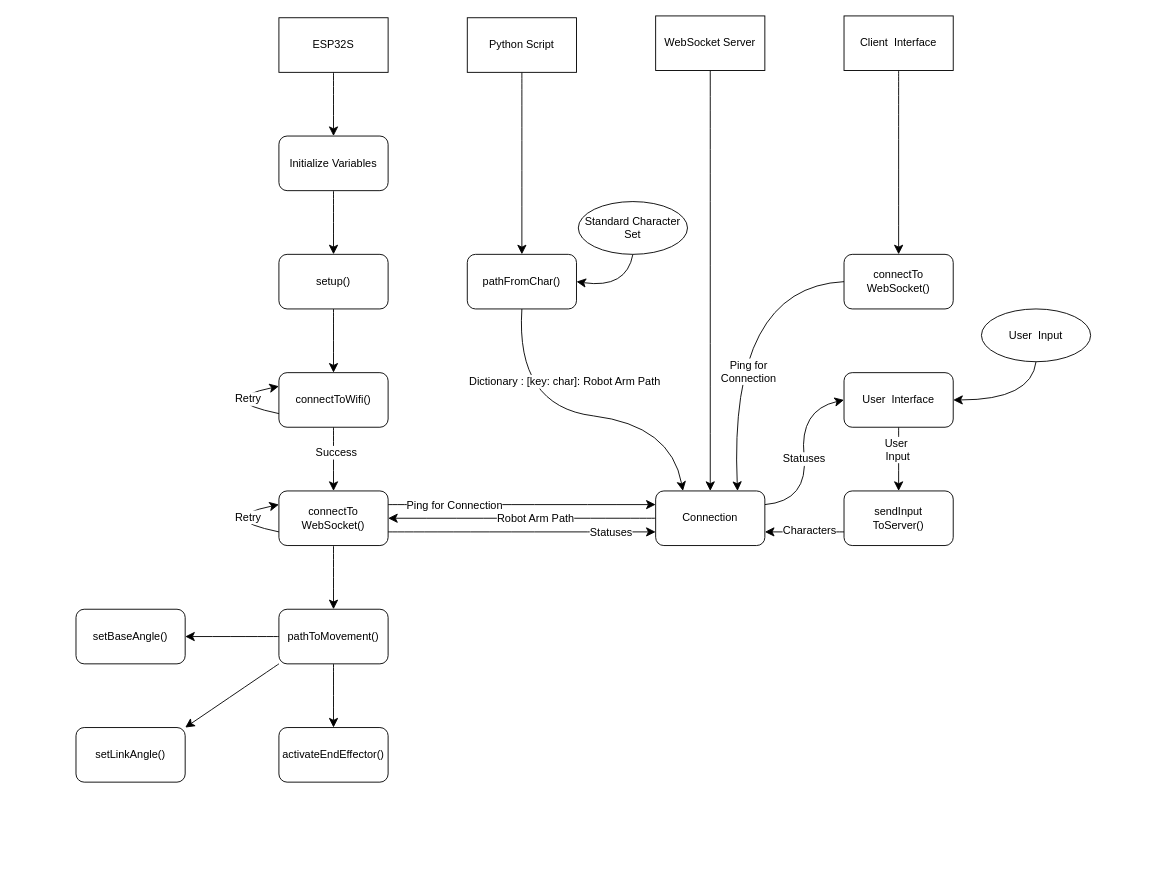
Before: robot-arm.drawio in phbui/robot-arm, a draw.io diagram. Source tidied: cells renumbered, new cells numbered last; positions are measured from the earlier drawing's top-left corner, leaving out a move shared by most shapes. Both pictures are drawn from the tidied source at 91%, with x=0, y=0 at pixel (76, 15).
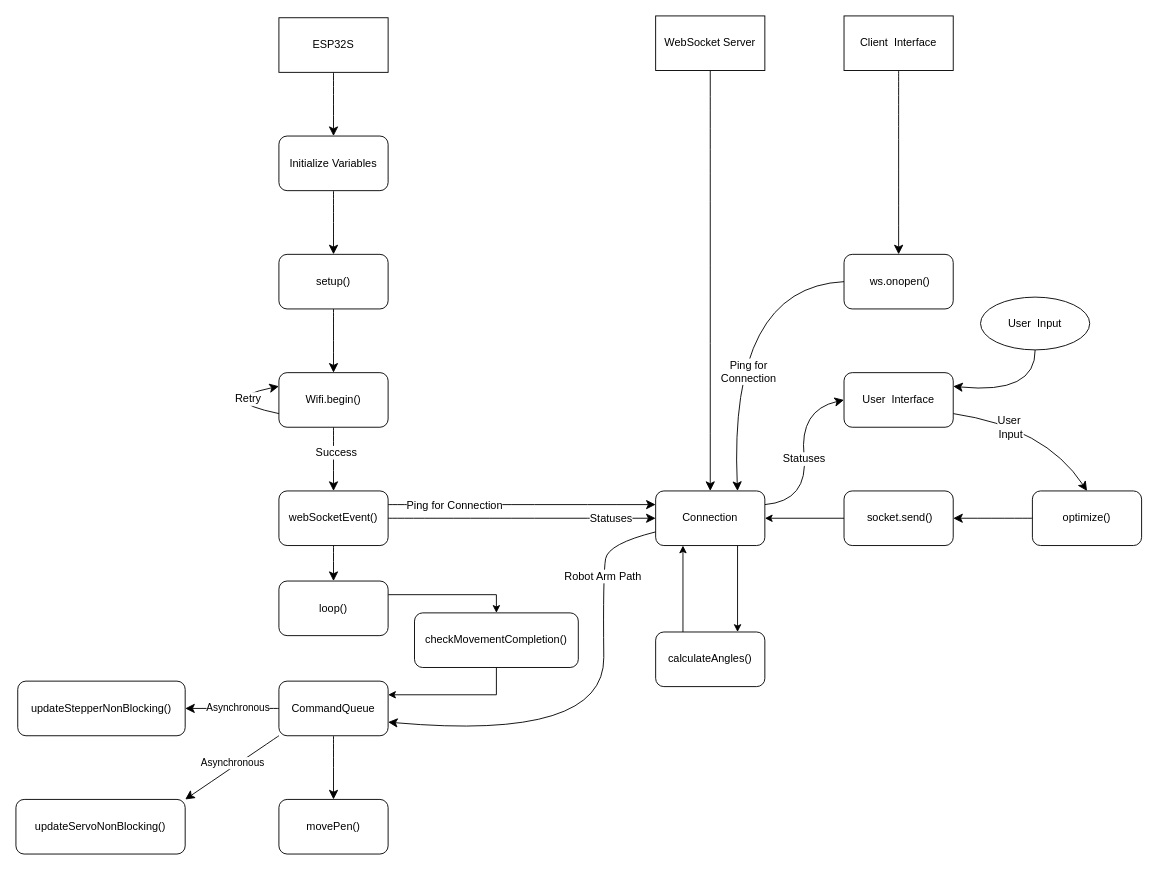
After the change.

Unchanged cells that the change refers to:
```xml
<mxCell id="27" value="Connection" style="rounded=1;whiteSpace=wrap;html=1;" parent="1" vertex="1">
  <mxGeometry x="637" y="522" width="120" height="60" as="geometry" />
</mxCell>
<mxCell id="40" style="edgeStyle=none;curved=1;rounded=0;jettySize=auto;html=1;exitX=0;exitY=0.5;exitDx=0;exitDy=0;entryX=1;entryY=0.5;entryDx=0;entryDy=0;fontSize=12;startSize=8;endSize=8;" parent="1" edge="1" source="43" target="45">
  <mxGeometry relative="1" as="geometry" />
</mxCell>
<mxCell id="54" value="User&amp;nbsp; Interface" style="rounded=1;whiteSpace=wrap;html=1;" parent="1" vertex="1">
  <mxGeometry x="844" y="392" width="120" height="60" as="geometry" />
</mxCell>
```

The edit, as a diff of the source:
```diff
@@
-    <mxCell id="12" value="connectToWifi()" style="rounded=1;whiteSpace=wrap;html=1;" parent="1" vertex="1">
+    <mxCell id="12" value="Wifi.begin()" style="rounded=1;whiteSpace=wrap;html=1;" parent="1" vertex="1">
       <mxGeometry x="223" y="392" width="120" height="60" as="geometry" />
     </mxCell>
@@
-    <mxCell id="15" style="edgeStyle=none;curved=1;rounded=0;jettySize=auto;html=1;exitX=0.5;exitY=1;exitDx=0;exitDy=0;entryX=0.5;entryY=0;entryDx=0;entryDy=0;fontSize=12;startSize=8;endSize=8;" parent="1" edge="1" source="18" target="43">
+    <mxCell id="15" style="edgeStyle=none;curved=1;rounded=0;jettySize=auto;html=1;exitX=0.5;exitY=1;exitDx=0;exitDy=0;entryX=0.5;entryY=0;entryDx=0;entryDy=0;fontSize=12;startSize=8;endSize=8;" parent="1" edge="1" source="18" target="64">
       <mxGeometry relative="1" as="geometry" />
     </mxCell>
-    <mxCell id="16" style="edgeStyle=none;curved=1;rounded=0;jettySize=auto;html=1;exitX=1;exitY=0.75;exitDx=0;exitDy=0;entryX=0;entryY=0.75;entryDx=0;entryDy=0;fontSize=12;startSize=8;endSize=8;" parent="1" edge="1" source="18" target="27">
+    <mxCell id="16" style="edgeStyle=none;curved=1;rounded=0;jettySize=auto;html=1;exitX=1;exitY=0.5;exitDx=0;exitDy=0;entryX=0;entryY=0.5;entryDx=0;entryDy=0;fontSize=12;startSize=8;endSize=8;" parent="1" edge="1" source="18" target="27">
       <mxGeometry relative="1" as="geometry" />
     </mxCell>
@@
-    <mxCell id="18" value="&lt;div&gt;connectTo&lt;/div&gt;&lt;div&gt;WebSocket()&lt;/div&gt;" style="rounded=1;whiteSpace=wrap;html=1;" parent="1" vertex="1">
+    <mxCell id="18" value="webSocketEvent()" style="rounded=1;whiteSpace=wrap;html=1;" parent="1" vertex="1">
       <mxGeometry x="223" y="522" width="120" height="60" as="geometry" />
     </mxCell>
@@
-    <mxCell id="21" style="edgeStyle=none;curved=1;rounded=0;orthogonalLoop=1;jettySize=auto;html=1;exitX=0;exitY=0.75;exitDx=0;exitDy=0;entryX=0;entryY=0.25;entryDx=0;entryDy=0;fontSize=12;startSize=8;endSize=8;" parent="1" edge="1">
-      <mxGeometry relative="1" as="geometry">
-        <mxPoint x="223" y="567" as="sourcePoint" />
-        <mxPoint x="223" y="537" as="targetPoint" />
-        <Array as="points">
-          <mxPoint x="151" y="552" />
-        </Array>
-      </mxGeometry>
-    </mxCell>
-    <mxCell id="22" value="Retry" style="edgeLabel;html=1;align=center;verticalAlign=middle;fontSize=12;" parent="21" vertex="1">
-      <mxGeometry x="0.52" y="-6" relative="1" as="geometry">
-        <mxPoint x="-1" as="offset" />
-      </mxGeometry>
-    </mxCell>
-    <mxCell id="23" style="edgeStyle=none;curved=1;rounded=0;jettySize=auto;html=1;exitX=0;exitY=0.5;exitDx=0;exitDy=0;entryX=1;entryY=0.5;entryDx=0;entryDy=0;fontSize=12;startSize=8;endSize=8;" parent="1" edge="1" source="27" target="18">
-      <mxGeometry relative="1" as="geometry" />
+    <mxCell id="23" style="edgeStyle=none;curved=1;rounded=0;jettySize=auto;html=1;fontSize=12;startSize=8;endSize=8;exitX=0;exitY=0.75;exitDx=0;exitDy=0;entryX=1;entryY=0.75;entryDx=0;entryDy=0;" parent="1" edge="1" source="27" target="43">
+      <mxGeometry relative="1" as="geometry">
+        <Array as="points">
+          <mxPoint x="585" y="580" />
+          <mxPoint x="579" y="613" />
+          <mxPoint x="581" y="797" />
+        </Array>
+      </mxGeometry>
     </mxCell>
     <mxCell id="24" value="Robot Arm Path" style="edgeLabel;html=1;align=center;verticalAlign=middle;fontSize=12;" parent="23" vertex="1">
       <mxGeometry x="0.01" y="1" relative="1" as="geometry">
-        <mxPoint x="15" y="-1" as="offset" />
+        <mxPoint x="-3" y="-168" as="offset" />
       </mxGeometry>
     </mxCell>
@@
+    <mxCell id="55" style="edgeStyle=orthogonalEdgeStyle;rounded=0;jettySize=auto;html=1;exitX=0.75;exitY=1;exitDx=0;exitDy=0;entryX=0.75;entryY=0;entryDx=0;entryDy=0;" parent="1" edge="1" source="27" target="58">
+      <mxGeometry relative="1" as="geometry" />
+    </mxCell>
@@
-    <mxCell id="28" style="edgeStyle=none;curved=1;rounded=0;jettySize=auto;html=1;exitX=0.5;exitY=1;exitDx=0;exitDy=0;entryX=0.5;entryY=0;entryDx=0;entryDy=0;fontSize=12;startSize=8;endSize=8;" parent="1" edge="1" source="29" target="32">
-      <mxGeometry relative="1" as="geometry" />
-    </mxCell>
-    <mxCell id="29" value="Python Script" style="rounded=0;whiteSpace=wrap;html=1;" parent="1" vertex="1">
-      <mxGeometry x="430" y="2" width="120" height="60" as="geometry" />
-    </mxCell>
-    <mxCell id="30" style="edgeStyle=none;curved=1;rounded=0;jettySize=auto;html=1;exitX=0.5;exitY=1;exitDx=0;exitDy=0;entryX=0.25;entryY=0;entryDx=0;entryDy=0;fontSize=12;startSize=8;endSize=8;" parent="1" edge="1" source="32" target="27">
-      <mxGeometry relative="1" as="geometry">
-        <Array as="points">
-          <mxPoint x="483" y="429" />
-          <mxPoint x="654" y="450" />
-        </Array>
-      </mxGeometry>
-    </mxCell>
-    <mxCell id="31" value="Dictionary : [key: char]: Robot Arm Path" style="edgeLabel;html=1;align=center;verticalAlign=middle;fontSize=12;" parent="30" vertex="1">
-      <mxGeometry x="0.03" y="37" relative="1" as="geometry">
-        <mxPoint x="-25" as="offset" />
-      </mxGeometry>
-    </mxCell>
-    <mxCell id="32" value="pathFromChar()" style="rounded=1;whiteSpace=wrap;html=1;" parent="1" vertex="1">
-      <mxGeometry x="430" y="262" width="120" height="60" as="geometry" />
-    </mxCell>
-    <mxCell id="33" style="edgeStyle=none;curved=1;rounded=0;jettySize=auto;html=1;exitX=0.5;exitY=1;exitDx=0;exitDy=0;entryX=1;entryY=0.5;entryDx=0;entryDy=0;fontSize=12;startSize=8;endSize=8;" parent="1" edge="1" source="34" target="32">
-      <mxGeometry relative="1" as="geometry">
-        <Array as="points">
-          <mxPoint x="605" y="300" />
-        </Array>
-      </mxGeometry>
-    </mxCell>
-    <mxCell id="34" value="Standard Character Set" style="ellipse;whiteSpace=wrap;html=1;" parent="1" vertex="1">
-      <mxGeometry x="552" y="204" width="120" height="58" as="geometry" />
-    </mxCell>
@@
-    <mxCell id="39" value="&lt;div&gt;connectTo&lt;/div&gt;&lt;div&gt;WebSocket()&lt;/div&gt;" style="rounded=1;whiteSpace=wrap;html=1;" parent="1" vertex="1">
+    <mxCell id="39" value="&amp;nbsp;ws.onopen()" style="rounded=1;whiteSpace=wrap;html=1;" parent="1" vertex="1">
       <mxGeometry x="844" y="262" width="120" height="60" as="geometry" />
     </mxCell>
@@
+    <mxCell id="56" value="Asynchronous" style="edgeLabel;html=1;align=center;verticalAlign=middle;" parent="40" vertex="1">
+      <mxGeometry x="0.05" y="-2" relative="1" as="geometry">
+        <mxPoint x="8" as="offset" />
+      </mxGeometry>
+    </mxCell>
@@
-    <mxCell id="43" value="pathToMovement()" style="rounded=1;whiteSpace=wrap;html=1;" parent="1" vertex="1">
-      <mxGeometry x="223" y="652" width="120" height="60" as="geometry" />
+    <mxCell id="43" value="CommandQueue" style="rounded=1;whiteSpace=wrap;html=1;" parent="1" vertex="1">
+      <mxGeometry x="223" y="731" width="120" height="60" as="geometry" />
     </mxCell>
-    <mxCell id="44" value="setLinkAngle()" style="rounded=1;whiteSpace=wrap;html=1;" parent="1" vertex="1">
-      <mxGeometry y="782" width="120" height="60" as="geometry" />
+    <mxCell id="44" value="updateServoNonBlocking()" style="rounded=1;whiteSpace=wrap;html=1;" parent="1" vertex="1">
+      <mxGeometry x="-66" y="861" width="186" height="60" as="geometry" />
     </mxCell>
-    <mxCell id="45" value="setBaseAngle()" style="rounded=1;whiteSpace=wrap;html=1;" parent="1" vertex="1">
-      <mxGeometry y="652" width="120" height="60" as="geometry" />
+    <mxCell id="45" value="updateStepperNonBlocking()" style="rounded=1;whiteSpace=wrap;html=1;" parent="1" vertex="1">
+      <mxGeometry x="-64" y="731" width="184" height="60" as="geometry" />
     </mxCell>
-    <mxCell id="46" value="activateEndEffector()" style="rounded=1;whiteSpace=wrap;html=1;" parent="1" vertex="1">
-      <mxGeometry x="223" y="782" width="120" height="60" as="geometry" />
+    <mxCell id="46" value="movePen()" style="rounded=1;whiteSpace=wrap;html=1;" parent="1" vertex="1">
+      <mxGeometry x="223" y="861" width="120" height="60" as="geometry" />
     </mxCell>
-    <mxCell id="47" style="edgeStyle=none;curved=1;rounded=0;jettySize=auto;html=1;exitX=0;exitY=0.75;exitDx=0;exitDy=0;entryX=1;entryY=0.75;entryDx=0;entryDy=0;fontSize=12;startSize=8;endSize=8;" parent="1" edge="1" source="49" target="27">
-      <mxGeometry relative="1" as="geometry" />
+    <mxCell id="47" style="edgeStyle=none;curved=1;rounded=0;jettySize=auto;html=1;exitX=0;exitY=0.75;exitDx=0;exitDy=0;fontSize=12;startSize=8;endSize=8;" parent="1" edge="1" source="61">
+      <mxGeometry relative="1" as="geometry">
+        <mxPoint x="883" y="567" as="targetPoint" />
+      </mxGeometry>
     </mxCell>
-    <mxCell id="48" value="&lt;div&gt;Characters&lt;br&gt;&lt;/div&gt;" style="edgeLabel;html=1;align=center;verticalAlign=middle;fontSize=12;" parent="47" vertex="1">
-      <mxGeometry y="3" relative="1" as="geometry">
-        <mxPoint x="5" y="-5" as="offset" />
-      </mxGeometry>
-    </mxCell>
-    <mxCell id="49" value="&lt;div&gt;sendInput&lt;/div&gt;&lt;div&gt;ToServer()&lt;/div&gt;" style="rounded=1;whiteSpace=wrap;html=1;" parent="1" vertex="1">
-      <mxGeometry x="844" y="522" width="120" height="60" as="geometry" />
+    <mxCell id="49" value="optimize()" style="rounded=1;whiteSpace=wrap;html=1;" parent="1" vertex="1">
+      <mxGeometry x="1051" y="522" width="120" height="60" as="geometry" />
     </mxCell>
-    <mxCell id="50" style="edgeStyle=none;curved=1;rounded=0;jettySize=auto;html=1;exitX=0.5;exitY=1;exitDx=0;exitDy=0;entryX=1;entryY=0.5;entryDx=0;entryDy=0;fontSize=12;startSize=8;endSize=8;" parent="1" edge="1" source="51" target="54">
+    <mxCell id="50" style="edgeStyle=none;curved=1;rounded=0;jettySize=auto;html=1;exitX=0.5;exitY=1;exitDx=0;exitDy=0;entryX=1;entryY=0.25;entryDx=0;entryDy=0;fontSize=12;startSize=8;endSize=8;" parent="1" edge="1" source="51" target="54">
       <mxGeometry relative="1" as="geometry">
         <Array as="points">
-          <mxPoint x="1050" y="422" />
+          <mxPoint x="1055" y="416" />
         </Array>
       </mxGeometry>
     </mxCell>
     <mxCell id="51" value="User&amp;nbsp; Input" style="ellipse;whiteSpace=wrap;html=1;" parent="1" vertex="1">
-      <mxGeometry x="995" y="322" width="120" height="58" as="geometry" />
+      <mxGeometry x="994" y="309" width="120" height="58" as="geometry" />
     </mxCell>
-    <mxCell id="52" style="edgeStyle=none;curved=1;rounded=0;jettySize=auto;html=1;exitX=0.5;exitY=1;exitDx=0;exitDy=0;entryX=0.5;entryY=0;entryDx=0;entryDy=0;fontSize=12;startSize=8;endSize=8;" parent="1" edge="1" source="54" target="49">
-      <mxGeometry relative="1" as="geometry" />
+    <mxCell id="52" style="edgeStyle=none;curved=1;rounded=0;jettySize=auto;html=1;exitX=1;exitY=0.75;exitDx=0;exitDy=0;entryX=0.5;entryY=0;entryDx=0;entryDy=0;fontSize=12;startSize=8;endSize=8;" parent="1" edge="1" source="54" target="49">
+      <mxGeometry relative="1" as="geometry">
+        <Array as="points">
+          <mxPoint x="1065" y="452" />
+        </Array>
+      </mxGeometry>
     </mxCell>
     <mxCell id="53" value="&lt;div&gt;User&amp;nbsp;&lt;/div&gt;&lt;div&gt;Input&lt;/div&gt;" style="edgeLabel;html=1;align=center;verticalAlign=middle;fontSize=12;" parent="52" vertex="1">
       <mxGeometry x="-0.29" y="-2" relative="1" as="geometry">
-        <mxPoint y="-1" as="offset" />
+        <mxPoint x="-2" y="3" as="offset" />
       </mxGeometry>
     </mxCell>
@@
+    <mxCell id="57" style="edgeStyle=orthogonalEdgeStyle;rounded=0;jettySize=auto;html=1;exitX=0.25;exitY=0;exitDx=0;exitDy=0;entryX=0.25;entryY=1;entryDx=0;entryDy=0;" parent="1" edge="1" source="58" target="27">
+      <mxGeometry relative="1" as="geometry" />
+    </mxCell>
+    <mxCell id="58" value="calculateAngles()" style="rounded=1;whiteSpace=wrap;html=1;" parent="1" vertex="1">
+      <mxGeometry x="637" y="677" width="120" height="60" as="geometry" />
+    </mxCell>
+    <mxCell id="59" style="edgeStyle=none;curved=1;rounded=0;jettySize=auto;html=1;exitX=0;exitY=0.5;exitDx=0;exitDy=0;fontSize=12;startSize=8;endSize=8;" parent="1" edge="1" source="49" target="61">
+      <mxGeometry relative="1" as="geometry" />
+    </mxCell>
+    <mxCell id="60" style="edgeStyle=orthogonalEdgeStyle;rounded=0;jettySize=auto;html=1;exitX=0;exitY=0.5;exitDx=0;exitDy=0;entryX=1;entryY=0.5;entryDx=0;entryDy=0;" parent="1" edge="1" source="61" target="27">
+      <mxGeometry relative="1" as="geometry" />
+    </mxCell>
+    <mxCell id="61" value="&amp;nbsp;socket.send()" style="rounded=1;whiteSpace=wrap;html=1;" parent="1" vertex="1">
+      <mxGeometry x="844" y="522" width="120" height="60" as="geometry" />
+    </mxCell>
+    <mxCell id="62" value="Asynchronous" style="edgeLabel;html=1;align=center;verticalAlign=middle;" parent="1" vertex="1">
+      <mxGeometry x="171" y="820" as="geometry" />
+    </mxCell>
+    <mxCell id="63" style="edgeStyle=orthogonalEdgeStyle;rounded=0;jettySize=auto;html=1;exitX=1;exitY=0.25;exitDx=0;exitDy=0;entryX=0.5;entryY=0;entryDx=0;entryDy=0;" parent="1" edge="1" source="64" target="66">
+      <mxGeometry relative="1" as="geometry" />
+    </mxCell>
+    <mxCell id="64" value="loop()" style="rounded=1;whiteSpace=wrap;html=1;" parent="1" vertex="1">
+      <mxGeometry x="223" y="621" width="120" height="60" as="geometry" />
+    </mxCell>
+    <mxCell id="65" style="edgeStyle=orthogonalEdgeStyle;rounded=0;jettySize=auto;html=1;exitX=0.5;exitY=1;exitDx=0;exitDy=0;entryX=1;entryY=0.25;entryDx=0;entryDy=0;" parent="1" edge="1" source="66" target="43">
+      <mxGeometry relative="1" as="geometry" />
+    </mxCell>
+    <mxCell id="66" value="checkMovementCompletion()" style="rounded=1;whiteSpace=wrap;html=1;" parent="1" vertex="1">
+      <mxGeometry x="372" y="656" width="180" height="60" as="geometry" />
+    </mxCell>
```
